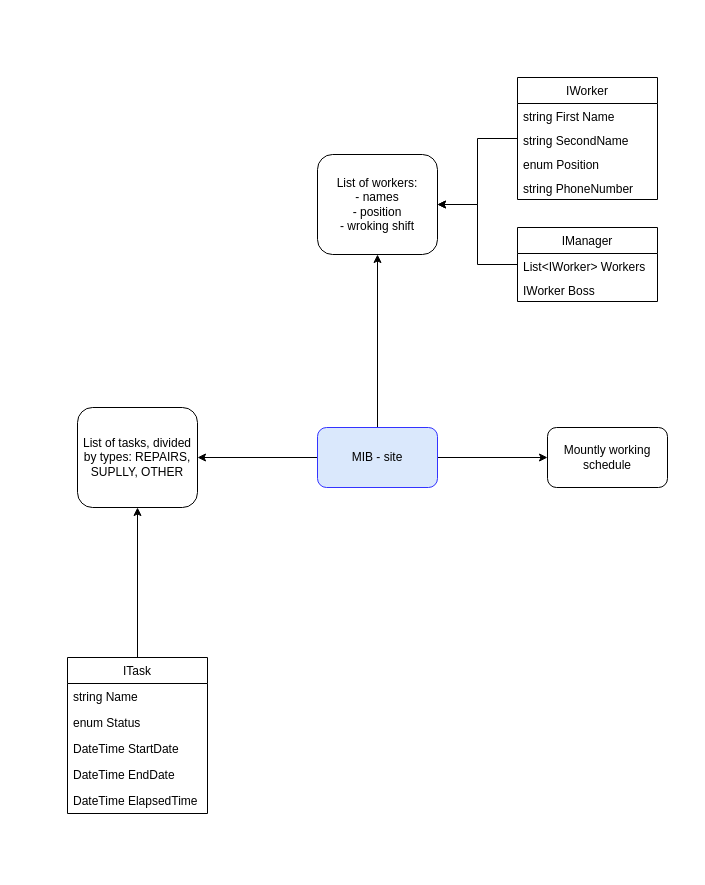
The draw.io diagram MIB-site-idea.drawio in todordiklich/MIB-Project, before the edit. Source tidied: cells renumbered, new cells numbered last; positions are measured from the earlier drawing's top-left corner, leaving out a move shared by most shapes. Both pictures are drawn from the tidied source at 100%, with x=0, y=0 at pixel (67, 77).
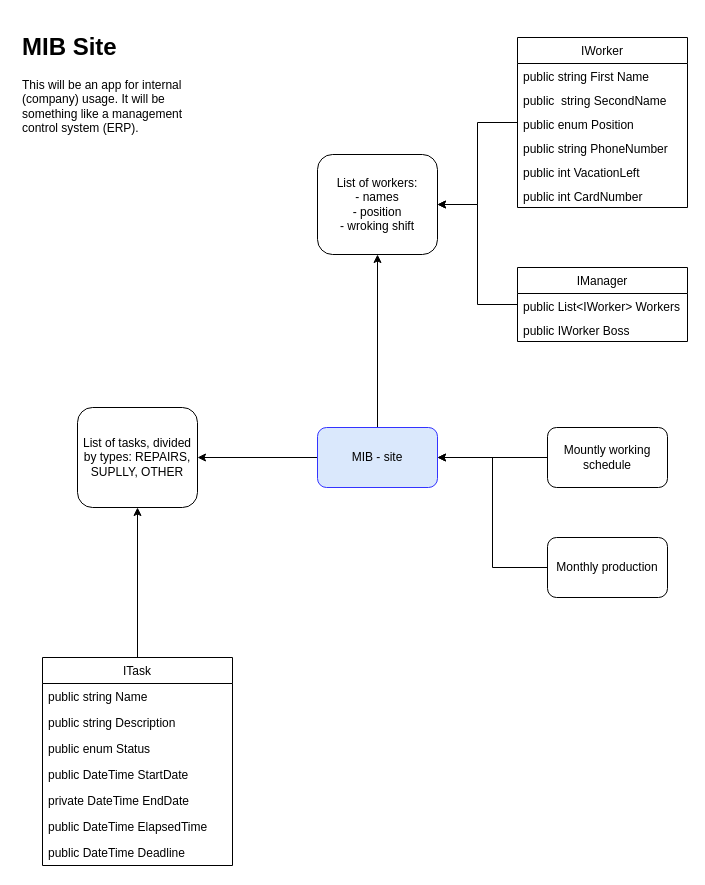
The same diagram, later.

The change refers to these unchanged cells:
```xml
<mxCell id="5" value="MIB - site" style="rounded=1;whiteSpace=wrap;html=1;fillColor=#dae8fc;strokeColor=#3333FF;" parent="1" vertex="1">
  <mxGeometry x="250" y="350" width="120" height="60" as="geometry" />
</mxCell>
<mxCell id="8" value="Mountly working schedule" style="rounded=1;whiteSpace=wrap;html=1;" parent="1" vertex="1">
  <mxGeometry x="480" y="350" width="120" height="60" as="geometry" />
</mxCell>
```

Change to the diagram source:
```diff
@@
-    <mxCell id="4" style="edgeStyle=orthogonalEdgeStyle;rounded=0;jettySize=auto;html=1;entryX=0;entryY=0.5;entryDx=0;entryDy=0;" parent="1" edge="1" source="5" target="8">
-      <mxGeometry relative="1" as="geometry" />
-    </mxCell>
@@
+    <mxCell id="26" style="edgeStyle=orthogonalEdgeStyle;rounded=0;jettySize=auto;html=1;entryX=1;entryY=0.5;entryDx=0;entryDy=0;" parent="1" edge="1" source="8" target="5">
+      <mxGeometry relative="1" as="geometry" />
+    </mxCell>
@@
     <mxCell id="10" value="IWorker" style="swimlane;fontStyle=0;horizontal=1;startSize=26;fillColor=none;strokeColor=#000000;" parent="1" vertex="1">
-      <mxGeometry x="450" width="140" height="122" as="geometry" />
+      <mxGeometry x="450" y="-40" width="170" height="170" as="geometry" />
     </mxCell>
-    <mxCell id="11" value="string First Name" style="text;strokeColor=none;fillColor=none;align=left;verticalAlign=top;spacingLeft=4;spacingRight=4;overflow=hidden;" parent="10" vertex="1">
-      <mxGeometry y="26" width="140" height="24" as="geometry" />
+    <mxCell id="11" value="public string First Name" style="text;strokeColor=none;fillColor=none;align=left;verticalAlign=top;spacingLeft=4;spacingRight=4;overflow=hidden;" parent="10" vertex="1">
+      <mxGeometry y="26" width="170" height="24" as="geometry" />
     </mxCell>
-    <mxCell id="12" value="string SecondName" style="text;strokeColor=none;fillColor=none;align=left;verticalAlign=top;spacingLeft=4;spacingRight=4;overflow=hidden;" parent="10" vertex="1">
-      <mxGeometry y="50" width="140" height="24" as="geometry" />
+    <mxCell id="12" value="public  string SecondName" style="text;strokeColor=none;fillColor=none;align=left;verticalAlign=top;spacingLeft=4;spacingRight=4;overflow=hidden;" parent="10" vertex="1">
+      <mxGeometry y="50" width="170" height="24" as="geometry" />
     </mxCell>
-    <mxCell id="13" value="enum Position" style="text;strokeColor=none;fillColor=none;align=left;verticalAlign=top;spacingLeft=4;spacingRight=4;overflow=hidden;" parent="10" vertex="1">
-      <mxGeometry y="74" width="140" height="24" as="geometry" />
+    <mxCell id="13" value="public enum Position" style="text;strokeColor=none;fillColor=none;align=left;verticalAlign=top;spacingLeft=4;spacingRight=4;overflow=hidden;" parent="10" vertex="1">
+      <mxGeometry y="74" width="170" height="24" as="geometry" />
     </mxCell>
-    <mxCell id="14" value="string PhoneNumber" style="text;strokeColor=none;fillColor=none;align=left;verticalAlign=top;spacingLeft=4;spacingRight=4;overflow=hidden;" parent="10" vertex="1">
-      <mxGeometry y="98" width="140" height="24" as="geometry" />
+    <mxCell id="14" value="public string PhoneNumber" style="text;strokeColor=none;fillColor=none;align=left;verticalAlign=top;spacingLeft=4;spacingRight=4;overflow=hidden;" parent="10" vertex="1">
+      <mxGeometry y="98" width="170" height="24" as="geometry" />
     </mxCell>
+    <mxCell id="27" value="public int VacationLeft" style="text;strokeColor=none;fillColor=none;align=left;verticalAlign=top;spacingLeft=4;spacingRight=4;overflow=hidden;" parent="10" vertex="1">
+      <mxGeometry y="122" width="170" height="24" as="geometry" />
+    </mxCell>
+    <mxCell id="28" value="public int CardNumber" style="text;strokeColor=none;fillColor=none;align=left;verticalAlign=top;spacingLeft=4;spacingRight=4;overflow=hidden;" parent="10" vertex="1">
+      <mxGeometry y="146" width="170" height="24" as="geometry" />
+    </mxCell>
@@
     <mxCell id="16" value="ITask" style="swimlane;fontStyle=0;horizontal=1;startSize=26;fillColor=none;strokeColor=#000000;" parent="1" vertex="1">
-      <mxGeometry y="580" width="140" height="156" as="geometry" />
+      <mxGeometry x="-25" y="580" width="190" height="208" as="geometry" />
     </mxCell>
-    <mxCell id="17" value="string Name" style="text;strokeColor=none;fillColor=none;align=left;verticalAlign=top;spacingLeft=4;spacingRight=4;overflow=hidden;" parent="16" vertex="1">
-      <mxGeometry y="26" width="140" height="26" as="geometry" />
+    <mxCell id="17" value="public string Name" style="text;strokeColor=none;fillColor=none;align=left;verticalAlign=top;spacingLeft=4;spacingRight=4;overflow=hidden;" parent="16" vertex="1">
+      <mxGeometry y="26" width="190" height="26" as="geometry" />
     </mxCell>
+    <mxCell id="29" value="public string Description" style="text;strokeColor=none;fillColor=none;align=left;verticalAlign=top;spacingLeft=4;spacingRight=4;overflow=hidden;" parent="16" vertex="1">
+      <mxGeometry y="52" width="190" height="26" as="geometry" />
+    </mxCell>
-    <mxCell id="18" value="enum Status" style="text;strokeColor=none;fillColor=none;align=left;verticalAlign=top;spacingLeft=4;spacingRight=4;overflow=hidden;" parent="16" vertex="1">
-      <mxGeometry y="52" width="140" height="26" as="geometry" />
+    <mxCell id="18" value="public enum Status" style="text;strokeColor=none;fillColor=none;align=left;verticalAlign=top;spacingLeft=4;spacingRight=4;overflow=hidden;" parent="16" vertex="1">
+      <mxGeometry y="78" width="190" height="26" as="geometry" />
     </mxCell>
-    <mxCell id="19" value="DateTime StartDate" style="text;strokeColor=none;fillColor=none;align=left;verticalAlign=top;spacingLeft=4;spacingRight=4;overflow=hidden;" parent="16" vertex="1">
-      <mxGeometry y="78" width="140" height="26" as="geometry" />
+    <mxCell id="19" value="public DateTime StartDate" style="text;strokeColor=none;fillColor=none;align=left;verticalAlign=top;spacingLeft=4;spacingRight=4;overflow=hidden;" parent="16" vertex="1">
+      <mxGeometry y="104" width="190" height="26" as="geometry" />
     </mxCell>
-    <mxCell id="20" value="DateTime EndDate" style="text;strokeColor=none;fillColor=none;align=left;verticalAlign=top;spacingLeft=4;spacingRight=4;overflow=hidden;" parent="16" vertex="1">
-      <mxGeometry y="104" width="140" height="26" as="geometry" />
+    <mxCell id="20" value="private DateTime EndDate" style="text;strokeColor=none;fillColor=none;align=left;verticalAlign=top;spacingLeft=4;spacingRight=4;overflow=hidden;" parent="16" vertex="1">
+      <mxGeometry y="130" width="190" height="26" as="geometry" />
     </mxCell>
-    <mxCell id="21" value="DateTime ElapsedTime" style="text;strokeColor=none;fillColor=none;align=left;verticalAlign=top;spacingLeft=4;spacingRight=4;overflow=hidden;" parent="16" vertex="1">
-      <mxGeometry y="130" width="140" height="26" as="geometry" />
+    <mxCell id="21" value="public DateTime ElapsedTime" style="text;strokeColor=none;fillColor=none;align=left;verticalAlign=top;spacingLeft=4;spacingRight=4;overflow=hidden;" parent="16" vertex="1">
+      <mxGeometry y="156" width="190" height="26" as="geometry" />
     </mxCell>
+    <mxCell id="30" value="public DateTime Deadline" style="text;strokeColor=none;fillColor=none;align=left;verticalAlign=top;spacingLeft=4;spacingRight=4;overflow=hidden;" parent="16" vertex="1">
+      <mxGeometry y="182" width="190" height="26" as="geometry" />
+    </mxCell>
@@
     <mxCell id="23" value="IManager" style="swimlane;fontStyle=0;horizontal=1;startSize=26;fillColor=none;strokeColor=#000000;" parent="1" vertex="1">
-      <mxGeometry x="450" y="150" width="140" height="74" as="geometry" />
+      <mxGeometry x="450" y="190" width="170" height="74" as="geometry" />
     </mxCell>
-    <mxCell id="24" value="List&lt;IWorker&gt; Workers" style="text;strokeColor=none;fillColor=none;align=left;verticalAlign=top;spacingLeft=4;spacingRight=4;overflow=hidden;" parent="23" vertex="1">
-      <mxGeometry y="26" width="140" height="24" as="geometry" />
+    <mxCell id="24" value="public List&lt;IWorker&gt; Workers" style="text;strokeColor=none;fillColor=none;align=left;verticalAlign=top;spacingLeft=4;spacingRight=4;overflow=hidden;" parent="23" vertex="1">
+      <mxGeometry y="26" width="170" height="24" as="geometry" />
     </mxCell>
-    <mxCell id="25" value="IWorker Boss" style="text;strokeColor=none;fillColor=none;align=left;verticalAlign=top;spacingLeft=4;spacingRight=4;overflow=hidden;" parent="23" vertex="1">
-      <mxGeometry y="50" width="140" height="24" as="geometry" />
+    <mxCell id="25" value="public IWorker Boss" style="text;strokeColor=none;fillColor=none;align=left;verticalAlign=top;spacingLeft=4;spacingRight=4;overflow=hidden;" parent="23" vertex="1">
+      <mxGeometry y="50" width="170" height="24" as="geometry" />
     </mxCell>
+    <mxCell id="31" value="&lt;h1&gt;MIB Site&lt;/h1&gt;&lt;p&gt;This will be an app for internal (company) usage. It will be something like a management control system (ERP).&lt;/p&gt;&lt;br&gt;&lt;p&gt;&amp;nbsp;&lt;/p&gt;" style="text;html=1;strokeColor=none;fillColor=none;spacing=5;spacingTop=-20;whiteSpace=wrap;overflow=hidden;rounded=0;" parent="1" vertex="1">
+      <mxGeometry x="-50" y="-50" width="190" height="120" as="geometry" />
+    </mxCell>
+    <mxCell id="32" style="edgeStyle=orthogonalEdgeStyle;rounded=0;jettySize=auto;html=1;entryX=1;entryY=0.5;entryDx=0;entryDy=0;" parent="1" edge="1" source="33" target="5">
+      <mxGeometry relative="1" as="geometry" />
+    </mxCell>
+    <mxCell id="33" value="Monthly production" style="rounded=1;whiteSpace=wrap;html=1;" parent="1" vertex="1">
+      <mxGeometry x="480" y="460" width="120" height="60" as="geometry" />
+    </mxCell>
```
